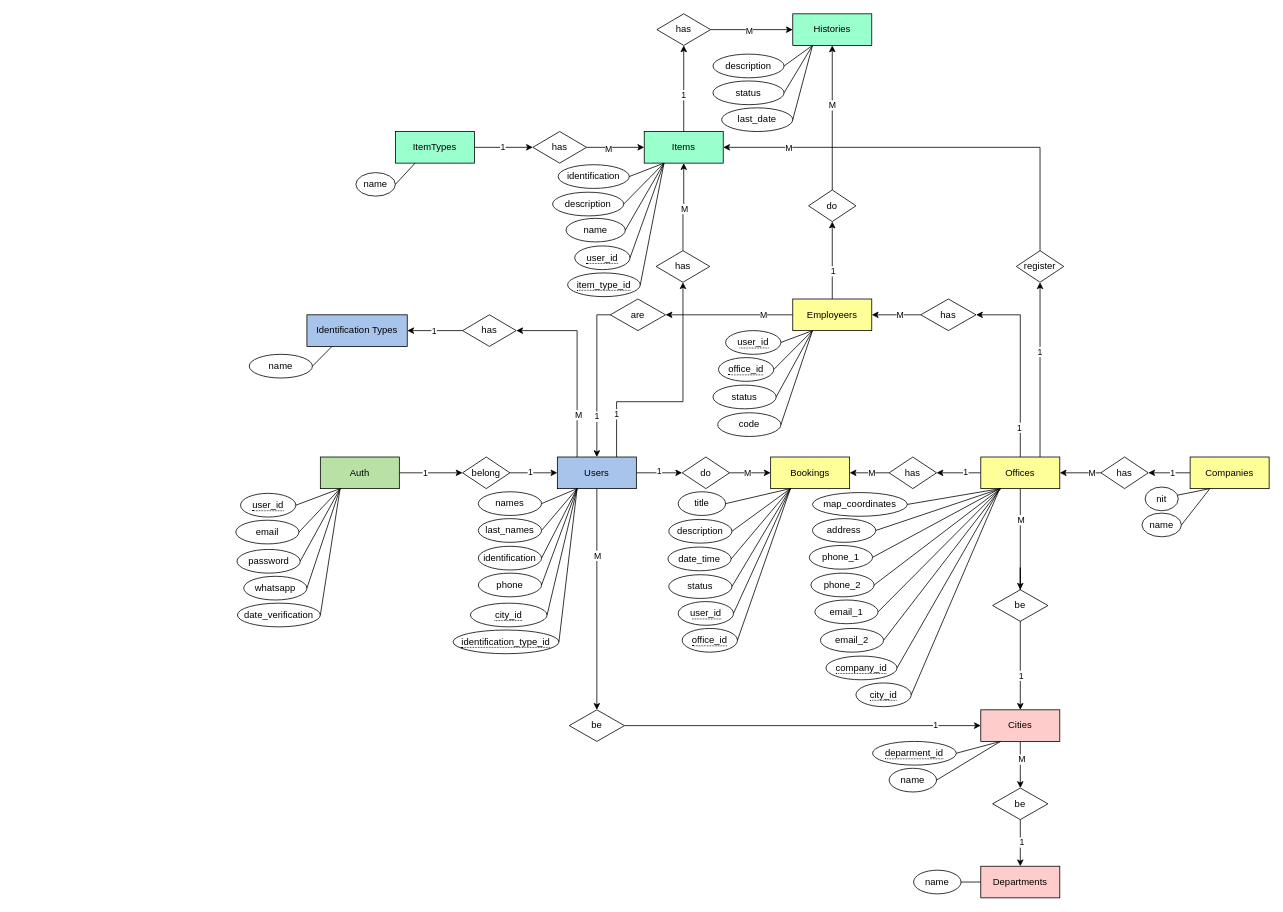
Earlier version of the draw.io diagram documentation/my-object-er.drawio (davidfernandoza/my-object). Source tidied: cells renumbered, new cells numbered last; positions are measured from the earlier drawing's top-left corner, leaving out a move shared by most shapes. Both pictures are drawn from the tidied source at 79%, with x=0, y=0 at pixel (235, 13).
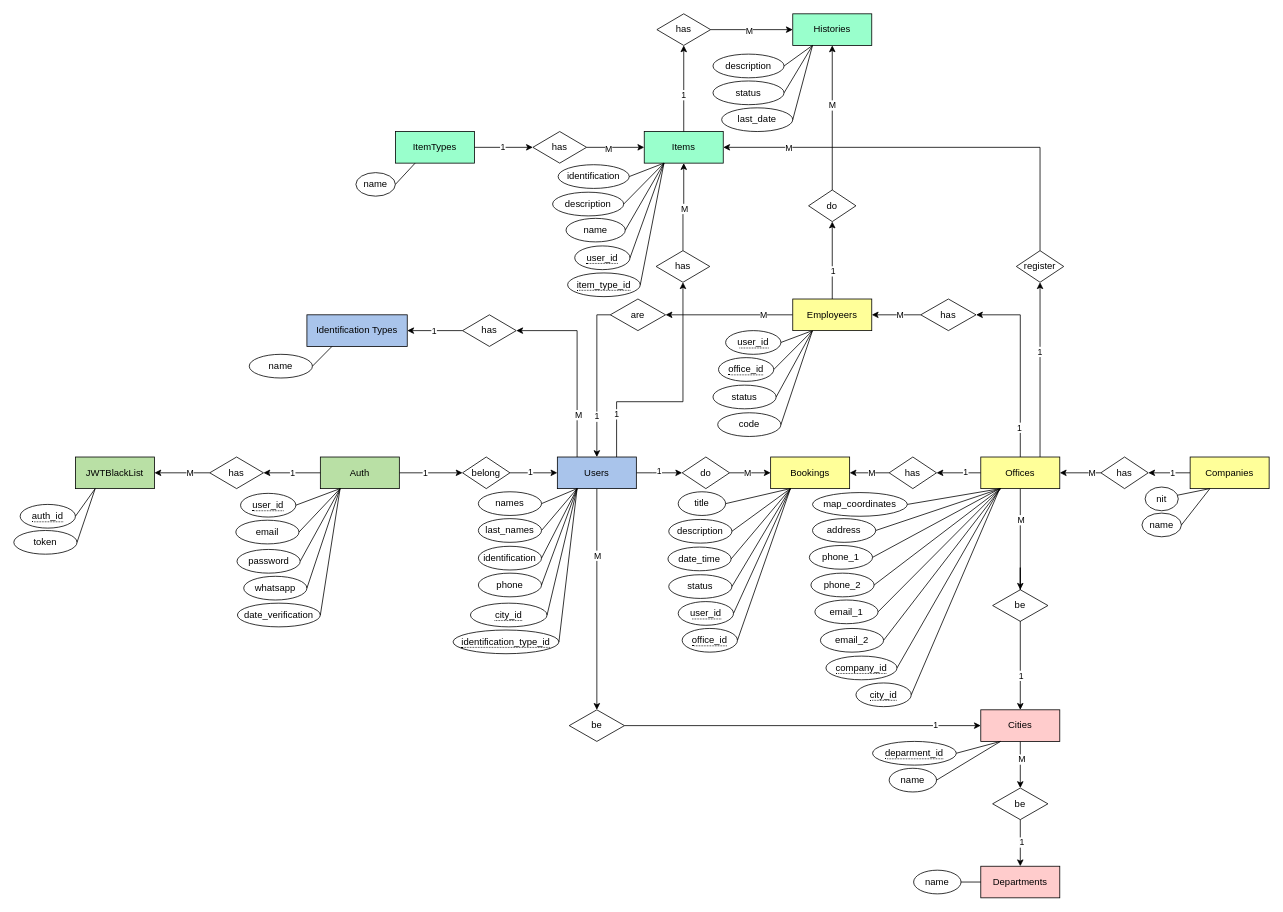
The same page after the edit.

The change refers to these unchanged cells:
```xml
<mxCell id="4" value="Auth" style="whiteSpace=wrap;html=1;align=center;fillColor=#B9E0A5;" parent="1" vertex="1">
  <mxGeometry x="107" y="561" width="100" height="40" as="geometry" />
</mxCell>
```

Diff of the diagram source:
```diff
@@
+    <mxCell id="178" value="JWTBlackList" style="whiteSpace=wrap;html=1;align=center;fillColor=#B9E0A5;" parent="1" vertex="1">
+      <mxGeometry x="-203" y="561" width="100" height="40" as="geometry" />
+    </mxCell>
+    <mxCell id="179" style="edgeStyle=orthogonalEdgeStyle;rounded=0;jettySize=auto;html=1;exitX=0;exitY=0.5;exitDx=0;exitDy=0;entryX=1;entryY=0.5;entryDx=0;entryDy=0;" parent="1" edge="1" source="181" target="178">
+      <mxGeometry relative="1" as="geometry" />
+    </mxCell>
+    <mxCell id="180" value="M" style="edgeLabel;html=1;align=center;verticalAlign=middle;" parent="179" vertex="1">
+      <mxGeometry x="-0.25" y="2" relative="1" as="geometry">
+        <mxPoint y="-3" as="offset" />
+      </mxGeometry>
+    </mxCell>
+    <mxCell id="181" value="has" style="shape=rhombus;perimeter=rhombusPerimeter;whiteSpace=wrap;html=1;align=center;" parent="1" vertex="1">
+      <mxGeometry x="-33" y="561" width="68" height="40" as="geometry" />
+    </mxCell>
+    <mxCell id="182" style="edgeStyle=orthogonalEdgeStyle;rounded=0;jettySize=auto;html=1;exitX=0;exitY=0.5;exitDx=0;exitDy=0;entryX=1;entryY=0.5;entryDx=0;entryDy=0;" parent="1" edge="1" source="4" target="181">
+      <mxGeometry relative="1" as="geometry" />
+    </mxCell>
+    <mxCell id="183" value="1" style="edgeLabel;html=1;align=center;verticalAlign=middle;" parent="182" vertex="1">
+      <mxGeometry x="0.01" y="2" relative="1" as="geometry">
+        <mxPoint y="-2" as="offset" />
+      </mxGeometry>
+    </mxCell>
+    <mxCell id="184" value="&lt;span style=&quot;border-bottom: 1px dotted&quot;&gt;auth_id&lt;/span&gt;" style="ellipse;whiteSpace=wrap;html=1;align=center;" parent="1" vertex="1">
+      <mxGeometry x="-273" y="621" width="70" height="30" as="geometry" />
+    </mxCell>
+    <mxCell id="185" value="token" style="ellipse;whiteSpace=wrap;html=1;align=center;" parent="1" vertex="1">
+      <mxGeometry x="-281" y="654" width="80" height="30" as="geometry" />
+    </mxCell>
+    <mxCell id="186" style="endArrow=none;html=1;rounded=0;exitX=0.25;exitY=1;exitDx=0;exitDy=0;entryX=1;entryY=0.5;entryDx=0;entryDy=0;" parent="1" edge="1" source="178" target="184">
+      <mxGeometry relative="1" as="geometry" />
+    </mxCell>
+    <mxCell id="187" style="endArrow=none;html=1;rounded=0;exitX=0.25;exitY=1;exitDx=0;exitDy=0;entryX=1;entryY=0.5;entryDx=0;entryDy=0;" parent="1" edge="1" source="178" target="185">
+      <mxGeometry relative="1" as="geometry" />
+    </mxCell>
```
